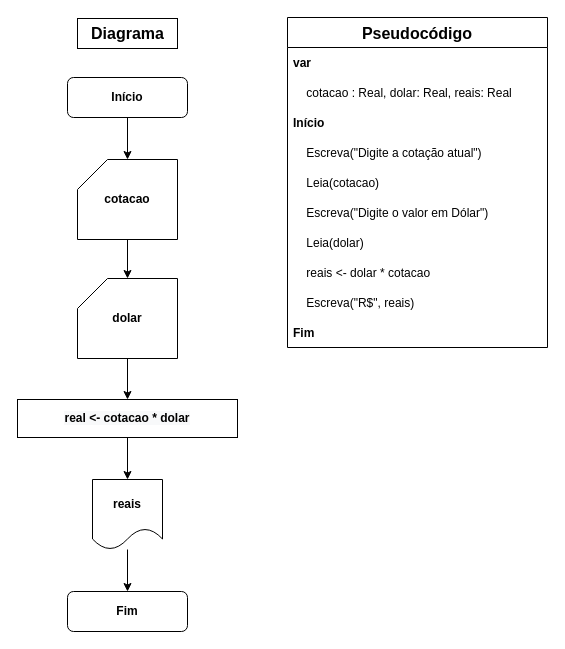
Earlier version of the draw.io diagram page "Ex. 1.1" (1 of 4) of Diagrama.drawio (iSamekh/draw.io). Source tidied: cells renumbered, new cells numbered last; positions are measured from the earlier drawing's top-left corner, leaving out a move shared by most shapes. Both pictures are drawn from the tidied source at 100%, with x=0, y=0 at pixel (17, 17).
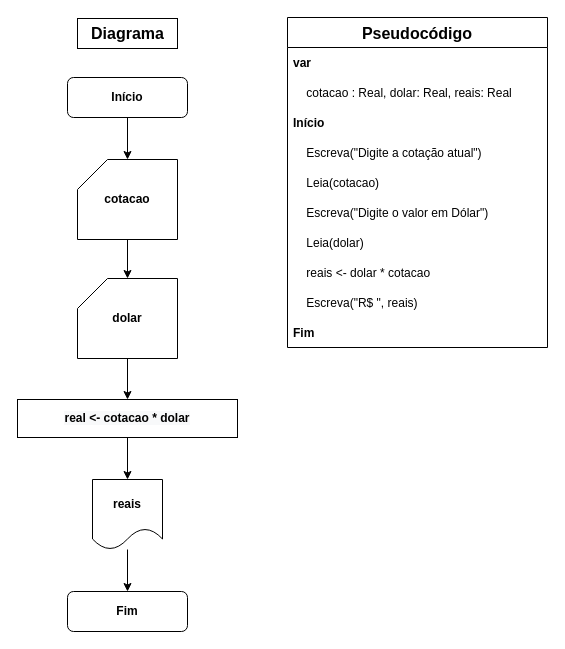
Above is the later version.

The change refers to these unchanged cells:
```xml
<mxCell id="14" value="Pseudocódigo" style="swimlane;fontStyle=1;horizontal=1;startSize=30;rounded=0;shadow=0;labelBackgroundColor=#FFFFFF;labelBorderColor=none;sketch=0;fillStyle=auto;strokeColor=default;strokeWidth=1;fillColor=default;swimlaneLine=1;glass=0;arcSize=20;fontSize=16;" parent="1" vertex="1">
  <mxGeometry x="270" width="260" height="330" as="geometry" />
</mxCell>
```

The edit, as a diff of the source:
```diff
@@
-    <mxCell id="23" value="     Escreva(&quot;R$&quot;, reais)" style="text;strokeColor=none;fillColor=none;align=left;verticalAlign=middle;spacingLeft=4;spacingRight=4;overflow=hidden;rounded=1;shadow=0;labelBackgroundColor=none;labelBorderColor=none;sketch=1;fillStyle=auto;strokeWidth=5;fontStyle=0;" parent="14" vertex="1">
+    <mxCell id="23" value="     Escreva(&quot;R$ &quot;, reais)" style="text;strokeColor=none;fillColor=none;align=left;verticalAlign=middle;spacingLeft=4;spacingRight=4;overflow=hidden;rounded=1;shadow=0;labelBackgroundColor=none;labelBorderColor=none;sketch=1;fillStyle=auto;strokeWidth=5;fontStyle=0;" parent="14" vertex="1">
       <mxGeometry y="270" width="260" height="30" as="geometry" />
     </mxCell>
```
